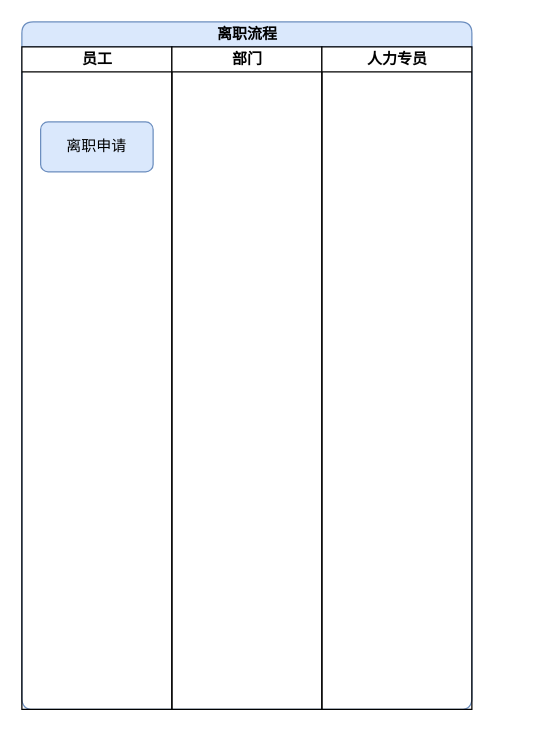
This is page "离职流程" (6 of 9) of humanresource1.drawio from janzhou123/mydraw, a draw.io file, before an edit. Source tidied: cells renumbered, new cells numbered last; positions are measured from the earlier drawing's top-left corner, leaving out a move shared by most shapes. Both pictures are drawn from the tidied source at 125%, with x=0, y=0 at pixel (21, 21).
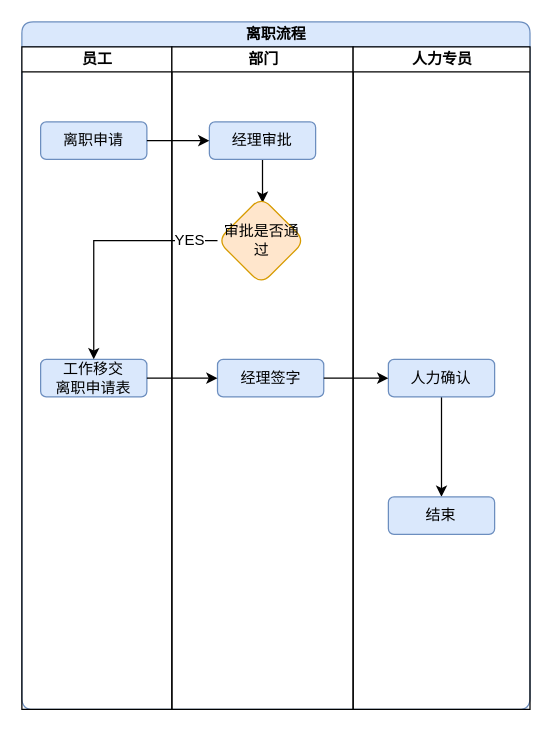
The same page after the edit.

The edit, as a diff of the source:
```diff
@@
 <mxGraphModel>
   <root>
     <mxCell id="0" />
     <mxCell id="1" parent="0" />
     <mxCell id="2" value="离职流程" style="swimlane;html=1;startSize=20;rounded=1;shadow=0;glass=0;comic=0;fillColor=#dae8fc;strokeColor=#6c8ebf;" parent="1" vertex="1">
-      <mxGeometry width="360" height="550" as="geometry" />
+      <mxGeometry width="406.5" height="550" as="geometry" />
     </mxCell>
     <mxCell id="3" value="员工" style="swimlane;html=1;startSize=20;" parent="2" vertex="1">
       <mxGeometry y="20" width="120" height="530" as="geometry" />
     </mxCell>
     <mxCell id="4" value="离职申请" style="rounded=1;whiteSpace=wrap;html=1;shadow=0;glass=0;comic=0;fillColor=#dae8fc;strokeColor=#6c8ebf;" parent="3" vertex="1">
-      <mxGeometry x="15" y="60" width="90" height="40" as="geometry" />
+      <mxGeometry x="15" y="60" width="85" height="30" as="geometry" />
     </mxCell>
+    <mxCell id="7" value="工作移交&lt;br&gt;离职申请表" style="rounded=1;whiteSpace=wrap;html=1;shadow=0;glass=0;comic=0;fillColor=#dae8fc;strokeColor=#6c8ebf;" parent="3" vertex="1">
+      <mxGeometry x="15" y="250" width="85" height="30" as="geometry" />
+    </mxCell>
     <mxCell id="5" value="部门" style="swimlane;html=1;startSize=20;" parent="2" vertex="1">
-      <mxGeometry x="120" y="20" width="120" height="530" as="geometry" />
+      <mxGeometry x="120" y="20" width="145" height="530" as="geometry" />
     </mxCell>
+    <mxCell id="8" style="edgeStyle=orthogonalEdgeStyle;rounded=0;jettySize=auto;html=1;entryX=0.515;entryY=0.068;entryDx=0;entryDy=0;entryPerimeter=0;" parent="5" edge="1" source="9" target="10">
+      <mxGeometry relative="1" as="geometry" />
+    </mxCell>
+    <mxCell id="9" value="经理审批" style="rounded=1;whiteSpace=wrap;html=1;shadow=0;glass=0;comic=0;fillColor=#dae8fc;strokeColor=#6c8ebf;" parent="5" vertex="1">
+      <mxGeometry x="30" y="60" width="85" height="30" as="geometry" />
+    </mxCell>
+    <mxCell id="10" value="审批是否通过" style="rhombus;whiteSpace=wrap;html=1;rounded=1;shadow=0;glass=0;comic=0;fillColor=#ffe6cc;strokeColor=#d79b00;" parent="5" vertex="1">
+      <mxGeometry x="36.5" y="120" width="70" height="70" as="geometry" />
+    </mxCell>
+    <mxCell id="11" value="经理签字" style="rounded=1;whiteSpace=wrap;html=1;shadow=0;glass=0;comic=0;fillColor=#dae8fc;strokeColor=#6c8ebf;" parent="5" vertex="1">
+      <mxGeometry x="36.5" y="250" width="85" height="30" as="geometry" />
+    </mxCell>
     <mxCell id="6" value="人力专员" style="swimlane;html=1;startSize=20;" parent="2" vertex="1">
-      <mxGeometry x="240" y="20" width="120" height="530" as="geometry" />
+      <mxGeometry x="265" y="20" width="141.5" height="530" as="geometry" />
     </mxCell>
+    <mxCell id="12" style="edgeStyle=orthogonalEdgeStyle;rounded=0;jettySize=auto;html=1;" parent="6" edge="1" source="13" target="14">
+      <mxGeometry relative="1" as="geometry" />
+    </mxCell>
+    <mxCell id="13" value="人力确认" style="rounded=1;whiteSpace=wrap;html=1;shadow=0;glass=0;comic=0;fillColor=#dae8fc;strokeColor=#6c8ebf;" parent="6" vertex="1">
+      <mxGeometry x="28.2" y="250" width="85" height="30" as="geometry" />
+    </mxCell>
+    <mxCell id="14" value="结束" style="rounded=1;whiteSpace=wrap;html=1;shadow=0;glass=0;comic=0;fillColor=#dae8fc;strokeColor=#6c8ebf;" parent="6" vertex="1">
+      <mxGeometry x="28.2" y="360" width="85" height="30" as="geometry" />
+    </mxCell>
+    <mxCell id="15" style="edgeStyle=orthogonalEdgeStyle;rounded=0;jettySize=auto;html=1;" parent="2" edge="1" source="4" target="9">
+      <mxGeometry relative="1" as="geometry" />
+    </mxCell>
+    <mxCell id="16" style="edgeStyle=orthogonalEdgeStyle;rounded=0;jettySize=auto;html=1;entryX=0.5;entryY=0;entryDx=0;entryDy=0;" parent="2" edge="1" source="10" target="7">
+      <mxGeometry relative="1" as="geometry" />
+    </mxCell>
+    <mxCell id="17" value="YES" style="text;html=1;align=center;verticalAlign=middle;labelBackgroundColor=#ffffff;" parent="16" vertex="1">
+      <mxGeometry x="-0.76" y="-1" relative="1" as="geometry" />
+    </mxCell>
+    <mxCell id="18" style="edgeStyle=orthogonalEdgeStyle;rounded=0;jettySize=auto;html=1;" parent="2" edge="1" source="7" target="11">
+      <mxGeometry relative="1" as="geometry" />
+    </mxCell>
+    <mxCell id="19" style="edgeStyle=orthogonalEdgeStyle;rounded=0;jettySize=auto;html=1;" parent="2" edge="1" source="11" target="13">
+      <mxGeometry relative="1" as="geometry" />
+    </mxCell>
   </root>
 </mxGraphModel>
```
